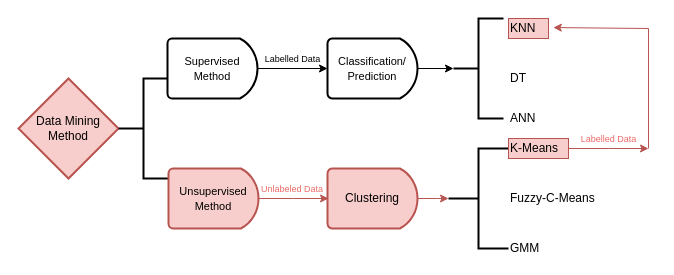
Earlier version of the draw.io diagram selectingmethod.drawio (nimeng95/monika). Source tidied: cells renumbered, new cells numbered last; positions are measured from the earlier drawing's top-left corner, leaving out a move shared by most shapes. Both pictures are drawn from the tidied source at 100%, with x=0, y=0 at pixel (18, 18).
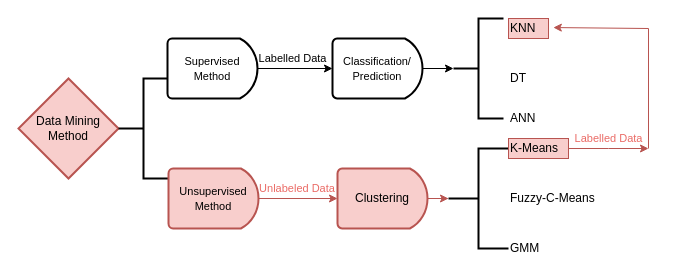
The same diagram, later.

Unchanged cells that the change refers to:
```xml
<mxCell id="9" value="&lt;font style=&quot;font-size: 11px&quot;&gt;Unsupervised Method&lt;/font&gt;" style="strokeWidth=2;html=1;shape=mxgraph.flowchart.delay;whiteSpace=wrap;fillColor=#f8cecc;strokeColor=#b85450;" parent="1" vertex="1">
  <mxGeometry x="150" y="150" width="90" height="60" as="geometry" />
</mxCell>
```

Change to the diagram source:
```diff
@@
     <mxCell id="7" value="&lt;span style=&quot;font-size: 11px&quot;&gt;Classification/&lt;br&gt;Prediction&lt;br&gt;&lt;/span&gt;" style="strokeWidth=2;html=1;shape=mxgraph.flowchart.delay;whiteSpace=wrap;" parent="1" vertex="1">
-      <mxGeometry x="309" y="20" width="90" height="60" as="geometry" />
+      <mxGeometry x="314" y="20" width="90" height="60" as="geometry" />
     </mxCell>
-    <mxCell id="8" style="edgeStyle=orthogonalEdgeStyle;rounded=0;jettySize=auto;html=1;fillColor=#f8cecc;strokeColor=#b85450;" parent="1" edge="1" source="9">
-      <mxGeometry relative="1" as="geometry">
-        <mxPoint x="310" y="180" as="targetPoint" />
-      </mxGeometry>
-    </mxCell>
+    <mxCell id="26" style="edgeStyle=orthogonalEdgeStyle;rounded=0;jettySize=auto;html=1;strokeColor=#B85450;" parent="1" edge="1" source="9" target="12">
+      <mxGeometry relative="1" as="geometry" />
+    </mxCell>
@@
-    <mxCell id="10" value="&lt;font style=&quot;font-size: 9px&quot; color=&quot;#ea6b66&quot;&gt;Unlabeled&amp;nbsp;Data&lt;/font&gt;" style="text;html=1;align=center;verticalAlign=middle;whiteSpace=wrap;rounded=0;" parent="1" vertex="1">
-      <mxGeometry x="229" y="160" width="90" height="20" as="geometry" />
+    <mxCell id="10" value="&lt;font color=&quot;#ea6b66&quot; style=&quot;font-size: 11px&quot;&gt;Unlabeled&amp;nbsp;Data&lt;/font&gt;" style="text;html=1;align=center;verticalAlign=middle;whiteSpace=wrap;rounded=0;" parent="1" vertex="1">
+      <mxGeometry x="234" y="160" width="90" height="20" as="geometry" />
     </mxCell>
-    <mxCell id="11" style="edgeStyle=orthogonalEdgeStyle;rounded=0;jettySize=auto;html=1;fillColor=#f8cecc;strokeColor=#b85450;" parent="1" edge="1" source="12">
+    <mxCell id="11" style="edgeStyle=orthogonalEdgeStyle;rounded=0;jettySize=auto;html=1;fillColor=#f8cecc;strokeColor=#B85450;" parent="1" edge="1" source="12">
       <mxGeometry relative="1" as="geometry">
         <mxPoint x="430" y="180" as="targetPoint" />
       </mxGeometry>
     </mxCell>
     <mxCell id="12" value="Clustering" style="strokeWidth=2;html=1;shape=mxgraph.flowchart.delay;whiteSpace=wrap;fillColor=#f8cecc;strokeColor=#b85450;" parent="1" vertex="1">
-      <mxGeometry x="309" y="150" width="90" height="60" as="geometry" />
+      <mxGeometry x="319" y="150" width="90" height="60" as="geometry" />
     </mxCell>
@@
-    <mxCell id="18" value="&lt;font style=&quot;font-size: 9px&quot; color=&quot;#ea6b66&quot;&gt;Labelled Data&lt;/font&gt;" style="text;html=1;align=center;verticalAlign=middle;" parent="1" vertex="1">
-      <mxGeometry x="555" y="110" width="70" height="20" as="geometry" />
+    <mxCell id="18" value="&lt;font color=&quot;#ea6b66&quot; style=&quot;font-size: 11px&quot;&gt;Labelled Data&lt;/font&gt;" style="text;html=1;align=center;verticalAlign=middle;" parent="1" vertex="1">
+      <mxGeometry x="550" y="110" width="80" height="20" as="geometry" />
     </mxCell>
-    <mxCell id="19" value="&lt;font style=&quot;font-size: 9px&quot;&gt;Labelled Data&lt;/font&gt;" style="text;html=1;align=center;verticalAlign=middle;" parent="1" vertex="1">
-      <mxGeometry x="239" y="30" width="70" height="20" as="geometry" />
+    <mxCell id="19" value="&lt;font style=&quot;font-size: 11px&quot;&gt;Labelled Data&lt;/font&gt;" style="text;html=1;align=center;verticalAlign=middle;" parent="1" vertex="1">
+      <mxGeometry x="234" y="30" width="80" height="20" as="geometry" />
     </mxCell>
```
